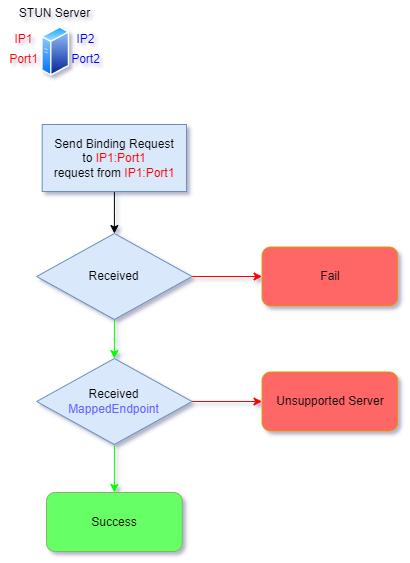
The draw.io diagram pic/RFC5780_4.2.png in HMBSbige/NatTypeTester, before a commit. Source tidied: cells renumbered, new cells last; positions are measured from the earlier drawing's top-left corner, leaving out a move shared by most shapes.
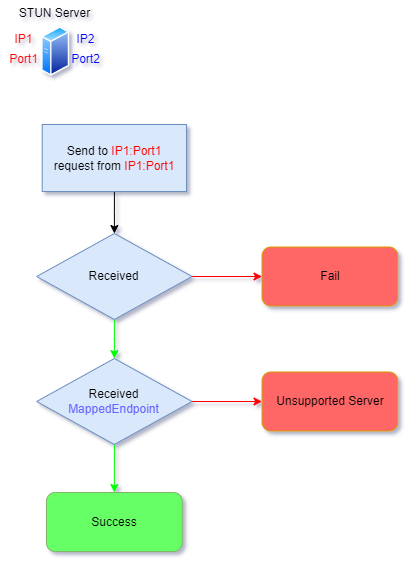
Later version of the same file.

Diff of the diagram source:
```diff
@@ -23,7 +23,7 @@
     <mxCell id="8" style="edgeStyle=orthogonalEdgeStyle;rounded=0;jettySize=auto;html=1;fontFamily=Helvetica;fontColor=#000000;" parent="1" edge="1" source="9" target="12">
       <mxGeometry relative="1" as="geometry" />
     </mxCell>
-    <mxCell id="9" value="Send Binding Request to&amp;nbsp;&lt;span style=&quot;color: rgb(255, 0, 0);&quot;&gt;IP1:Port1&lt;br&gt;&lt;/span&gt;request from&amp;nbsp;&lt;span style=&quot;color: rgb(255, 0, 0);&quot;&gt;IP1:Port1&lt;/span&gt;" style="rounded=0;whiteSpace=wrap;html=1;labelBackgroundColor=none;fillColor=#dae8fc;strokeColor=#6c8ebf;fillStyle=auto;fontColor=default;" parent="1" vertex="1">
+    <mxCell id="9" value="Send to&amp;nbsp;&lt;span style=&quot;color: rgb(255, 0, 0);&quot;&gt;IP1:Port1&lt;br&gt;&lt;/span&gt;request from&amp;nbsp;&lt;span style=&quot;color: rgb(255, 0, 0);&quot;&gt;IP1:Port1&lt;/span&gt;" style="rounded=0;whiteSpace=wrap;html=1;labelBackgroundColor=none;fillColor=#dae8fc;strokeColor=#6c8ebf;fillStyle=auto;fontColor=default;" parent="1" vertex="1">
       <mxGeometry x="41.7" y="124" width="144.3" height="67" as="geometry" />
     </mxCell>
     <mxCell id="10" style="edgeStyle=orthogonalEdgeStyle;rounded=0;jettySize=auto;html=1;exitX=1;exitY=0.5;exitDx=0;exitDy=0;entryX=0;entryY=0.5;entryDx=0;entryDy=0;fontFamily=Helvetica;fontColor=#000000;strokeColor=#FF0000;" parent="1" edge="1" source="12" target="13">
```
